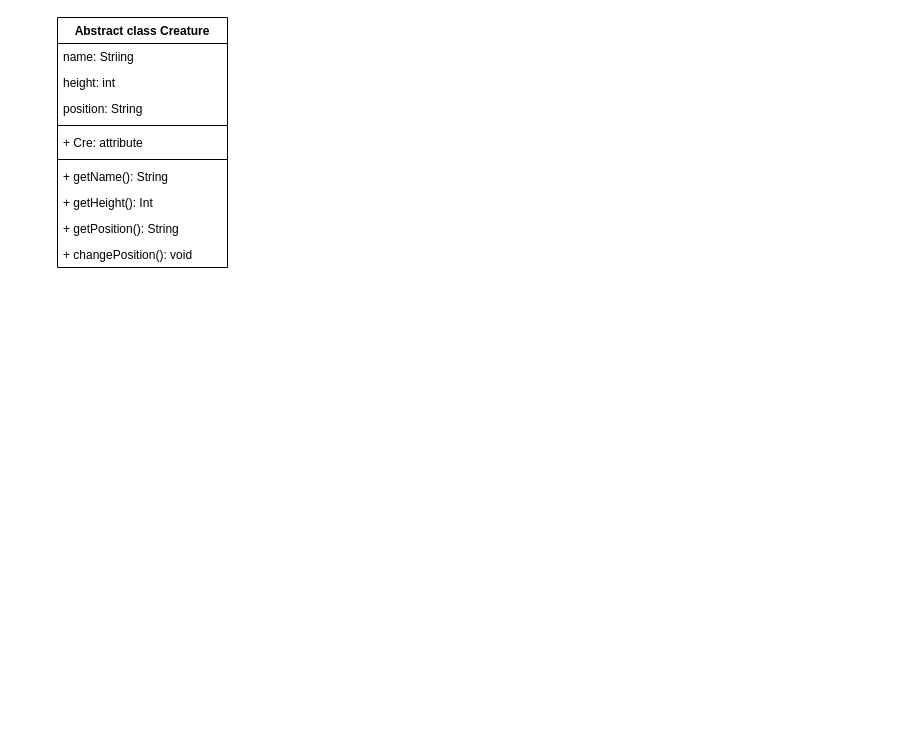
Earlier version of the draw.io diagram Диаграмма без названия.drawio (hipeoplea/lab_3). Source tidied: cells renumbered, new cells numbered last; positions are measured from the earlier drawing's top-left corner, leaving out a move shared by most shapes. Both pictures are drawn from the tidied source at 100%, with x=0, y=0 at pixel (57, 17).
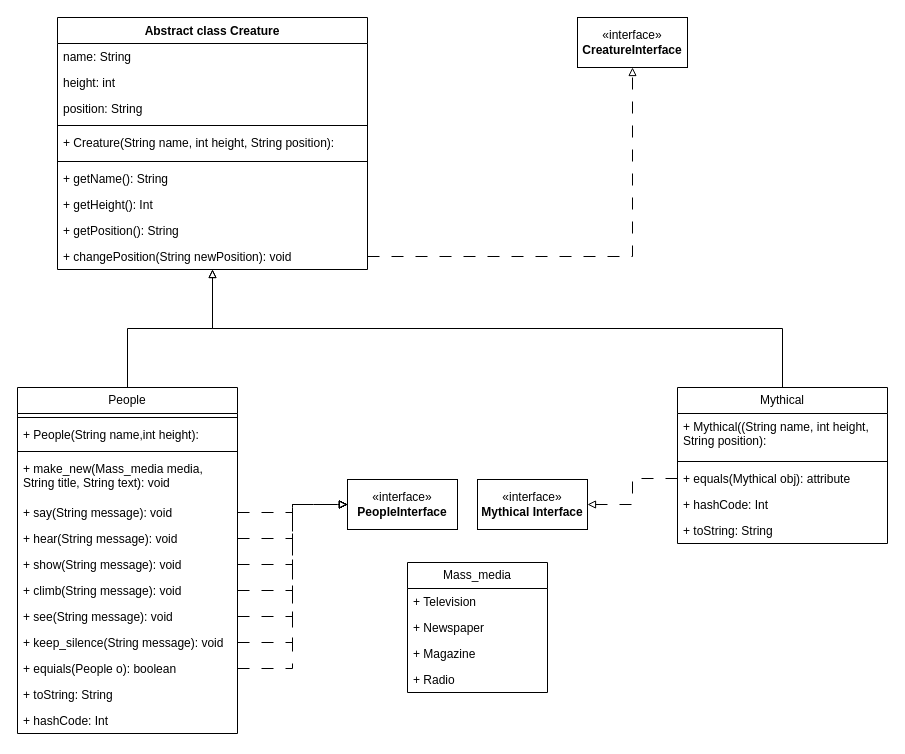
The same diagram, later.

Diff of the diagram source:
```diff
@@
     <mxCell id="2" value="Abstract class Creature" style="swimlane;fontStyle=1;align=center;verticalAlign=top;horizontal=1;startSize=26;whiteSpace=wrap;html=1;" parent="1" vertex="1">
-      <mxGeometry width="170" height="250" as="geometry" />
+      <mxGeometry width="310" height="252" as="geometry" />
     </mxCell>
-    <mxCell id="3" value="name: Striing" style="text;strokeColor=none;fillColor=none;align=left;verticalAlign=top;spacingLeft=4;spacingRight=4;overflow=hidden;whiteSpace=wrap;html=1;" parent="2" vertex="1">
-      <mxGeometry y="26" width="170" height="26" as="geometry" />
+    <mxCell id="3" value="name: String" style="text;strokeColor=none;fillColor=none;align=left;verticalAlign=top;spacingLeft=4;spacingRight=4;overflow=hidden;whiteSpace=wrap;html=1;" parent="2" vertex="1">
+      <mxGeometry y="26" width="310" height="26" as="geometry" />
     </mxCell>
     <mxCell id="4" value="height: int" style="text;strokeColor=none;fillColor=none;align=left;verticalAlign=top;spacingLeft=4;spacingRight=4;overflow=hidden;whiteSpace=wrap;html=1;" parent="2" vertex="1">
-      <mxGeometry y="52" width="170" height="26" as="geometry" />
+      <mxGeometry y="52" width="310" height="26" as="geometry" />
     </mxCell>
     <mxCell id="5" value="position: String" style="text;strokeColor=none;fillColor=none;align=left;verticalAlign=top;spacingLeft=4;spacingRight=4;overflow=hidden;whiteSpace=wrap;html=1;" parent="2" vertex="1">
-      <mxGeometry y="78" width="170" height="26" as="geometry" />
+      <mxGeometry y="78" width="310" height="26" as="geometry" />
     </mxCell>
     <mxCell id="6" style="line;strokeWidth=1;fillColor=none;align=left;verticalAlign=middle;spacingTop=-1;spacingLeft=3;spacingRight=3;labelPosition=right;strokeColor=inherit;" parent="2" vertex="1">
-      <mxGeometry y="104" width="170" height="8" as="geometry" />
+      <mxGeometry y="104" width="310" height="8" as="geometry" />
     </mxCell>
-    <mxCell id="7" value="+ Cre: attribute" style="text;strokeColor=none;fillColor=none;align=left;verticalAlign=top;spacingLeft=4;spacingRight=4;overflow=hidden;whiteSpace=wrap;html=1;" parent="2" vertex="1">
-      <mxGeometry y="112" width="170" height="26" as="geometry" />
+    <mxCell id="7" value="+ Creature(String name, int height, String position):" style="text;strokeColor=none;fillColor=none;align=left;verticalAlign=top;spacingLeft=4;spacingRight=4;overflow=hidden;whiteSpace=wrap;html=1;" parent="2" vertex="1">
+      <mxGeometry y="112" width="310" height="28" as="geometry" />
     </mxCell>
     <mxCell id="8" style="line;strokeWidth=1;fillColor=none;align=left;verticalAlign=middle;spacingTop=-1;spacingLeft=3;spacingRight=3;labelPosition=right;strokeColor=inherit;" parent="2" vertex="1">
-      <mxGeometry y="138" width="170" height="8" as="geometry" />
+      <mxGeometry y="140" width="310" height="8" as="geometry" />
     </mxCell>
     <mxCell id="9" value="+ getName(): String" style="text;strokeColor=none;fillColor=none;align=left;verticalAlign=top;spacingLeft=4;spacingRight=4;overflow=hidden;whiteSpace=wrap;html=1;" parent="2" vertex="1">
-      <mxGeometry y="146" width="170" height="26" as="geometry" />
+      <mxGeometry y="148" width="310" height="26" as="geometry" />
     </mxCell>
     <mxCell id="10" value="+ getHeight(): Int" style="text;strokeColor=none;fillColor=none;align=left;verticalAlign=top;spacingLeft=4;spacingRight=4;overflow=hidden;whiteSpace=wrap;html=1;" parent="2" vertex="1">
-      <mxGeometry y="172" width="170" height="26" as="geometry" />
+      <mxGeometry y="174" width="310" height="26" as="geometry" />
     </mxCell>
     <mxCell id="11" value="+ getPosition(): String" style="text;strokeColor=none;fillColor=none;align=left;verticalAlign=top;spacingLeft=4;spacingRight=4;overflow=hidden;whiteSpace=wrap;html=1;" parent="2" vertex="1">
-      <mxGeometry y="198" width="170" height="26" as="geometry" />
+      <mxGeometry y="200" width="310" height="26" as="geometry" />
     </mxCell>
-    <mxCell id="12" value="+ changePosition(): void" style="text;strokeColor=none;fillColor=none;align=left;verticalAlign=top;spacingLeft=4;spacingRight=4;overflow=hidden;points=[[0,0.5],[1,0.5]];portConstraint=eastwest;whiteSpace=wrap;html=1;" parent="2" vertex="1">
-      <mxGeometry y="224" width="170" height="26" as="geometry" />
+    <mxCell id="12" value="+ changePosition(String newPosition): void" style="text;strokeColor=none;fillColor=none;align=left;verticalAlign=top;spacingLeft=4;spacingRight=4;overflow=hidden;points=[[0,0.5],[1,0.5]];portConstraint=eastwest;whiteSpace=wrap;html=1;" parent="2" vertex="1">
+      <mxGeometry y="226" width="310" height="26" as="geometry" />
     </mxCell>
+    <mxCell id="13" style="edgeStyle=orthogonalEdgeStyle;rounded=0;jettySize=auto;html=1;exitX=0.5;exitY=0;exitDx=0;exitDy=0;endArrow=block;endFill=0;" parent="1" edge="1" source="14" target="2">
+      <mxGeometry relative="1" as="geometry" />
+    </mxCell>
+    <mxCell id="14" value="People" style="swimlane;fontStyle=0;horizontal=1;startSize=26;fillColor=none;whiteSpace=wrap;html=1;" parent="1" vertex="1">
+      <mxGeometry x="-40" y="370" width="220" height="346" as="geometry" />
+    </mxCell>
+    <mxCell id="15" style="line;strokeWidth=1;fillColor=none;align=left;verticalAlign=middle;spacingTop=-1;spacingLeft=3;spacingRight=3;labelPosition=right;strokeColor=inherit;" parent="14" vertex="1">
+      <mxGeometry y="26" width="220" height="8" as="geometry" />
+    </mxCell>
+    <mxCell id="16" value="+ People(String name,int height):" style="text;strokeColor=none;fillColor=none;align=left;verticalAlign=top;spacingLeft=4;spacingRight=4;overflow=hidden;whiteSpace=wrap;html=1;" parent="14" vertex="1">
+      <mxGeometry y="34" width="220" height="26" as="geometry" />
+    </mxCell>
+    <mxCell id="17" style="line;strokeWidth=1;fillColor=none;align=left;verticalAlign=middle;spacingTop=-1;spacingLeft=3;spacingRight=3;labelPosition=right;strokeColor=inherit;" parent="14" vertex="1">
+      <mxGeometry y="60" width="220" height="8" as="geometry" />
+    </mxCell>
+    <mxCell id="18" value="+ make_new(Mass_media media, String title, String text): void" style="text;strokeColor=none;fillColor=none;align=left;verticalAlign=top;spacingLeft=4;spacingRight=4;overflow=hidden;whiteSpace=wrap;html=1;" parent="14" vertex="1">
+      <mxGeometry y="68" width="220" height="44" as="geometry" />
+    </mxCell>
+    <mxCell id="19" value="+ say(String message): void" style="text;strokeColor=none;fillColor=none;align=left;verticalAlign=top;spacingLeft=4;spacingRight=4;overflow=hidden;points=[[0,0.5],[1,0.5]];portConstraint=eastwest;whiteSpace=wrap;html=1;" parent="14" vertex="1">
+      <mxGeometry y="112" width="220" height="26" as="geometry" />
+    </mxCell>
+    <mxCell id="20" value="+&amp;nbsp;hear(String message): void" style="text;strokeColor=none;fillColor=none;align=left;verticalAlign=top;spacingLeft=4;spacingRight=4;overflow=hidden;points=[[0,0.5],[1,0.5]];portConstraint=eastwest;whiteSpace=wrap;html=1;" parent="14" vertex="1">
+      <mxGeometry y="138" width="220" height="26" as="geometry" />
+    </mxCell>
+    <mxCell id="21" value="+ show(String message): void" style="text;strokeColor=none;fillColor=none;align=left;verticalAlign=top;spacingLeft=4;spacingRight=4;overflow=hidden;points=[[0,0.5],[1,0.5]];portConstraint=eastwest;whiteSpace=wrap;html=1;" parent="14" vertex="1">
+      <mxGeometry y="164" width="220" height="26" as="geometry" />
+    </mxCell>
+    <mxCell id="22" value="+ climb(String message): void" style="text;strokeColor=none;fillColor=none;align=left;verticalAlign=top;spacingLeft=4;spacingRight=4;overflow=hidden;points=[[0,0.5],[1,0.5]];portConstraint=eastwest;whiteSpace=wrap;html=1;" parent="14" vertex="1">
+      <mxGeometry y="190" width="220" height="26" as="geometry" />
+    </mxCell>
+    <mxCell id="23" value="+ see(String message): void" style="text;strokeColor=none;fillColor=none;align=left;verticalAlign=top;spacingLeft=4;spacingRight=4;overflow=hidden;points=[[0,0.5],[1,0.5]];portConstraint=eastwest;whiteSpace=wrap;html=1;" parent="14" vertex="1">
+      <mxGeometry y="216" width="220" height="26" as="geometry" />
+    </mxCell>
+    <mxCell id="24" value="+ keep_silence(String message): void" style="text;strokeColor=none;fillColor=none;align=left;verticalAlign=top;spacingLeft=4;spacingRight=4;overflow=hidden;points=[[0,0.5],[1,0.5]];portConstraint=eastwest;whiteSpace=wrap;html=1;" parent="14" vertex="1">
+      <mxGeometry y="242" width="220" height="26" as="geometry" />
+    </mxCell>
+    <mxCell id="25" value="+ equials(People o): boolean" style="text;strokeColor=none;fillColor=none;align=left;verticalAlign=top;spacingLeft=4;spacingRight=4;overflow=hidden;points=[[0,0.5],[1,0.5]];portConstraint=eastwest;whiteSpace=wrap;html=1;" parent="14" vertex="1">
+      <mxGeometry y="268" width="220" height="26" as="geometry" />
+    </mxCell>
+    <mxCell id="26" value="+ toString: String" style="text;strokeColor=none;fillColor=none;align=left;verticalAlign=top;spacingLeft=4;spacingRight=4;overflow=hidden;whiteSpace=wrap;html=1;" parent="14" vertex="1">
+      <mxGeometry y="294" width="220" height="26" as="geometry" />
+    </mxCell>
+    <mxCell id="27" value="+ hashCode: Int" style="text;strokeColor=none;fillColor=none;align=left;verticalAlign=top;spacingLeft=4;spacingRight=4;overflow=hidden;whiteSpace=wrap;html=1;" parent="14" vertex="1">
+      <mxGeometry y="320" width="220" height="26" as="geometry" />
+    </mxCell>
+    <mxCell id="28" style="edgeStyle=orthogonalEdgeStyle;rounded=0;jettySize=auto;html=1;exitX=0.5;exitY=0;exitDx=0;exitDy=0;endArrow=block;endFill=0;" parent="1" edge="1" source="29" target="2">
+      <mxGeometry relative="1" as="geometry" />
+    </mxCell>
+    <mxCell id="29" value="Mythical" style="swimlane;fontStyle=0;horizontal=1;startSize=26;fillColor=none;whiteSpace=wrap;html=1;" parent="1" vertex="1">
+      <mxGeometry x="620" y="370" width="210" height="156" as="geometry" />
+    </mxCell>
+    <mxCell id="30" value="+ Mythical((String name, int height, String position):" style="text;strokeColor=none;fillColor=none;align=left;verticalAlign=top;spacingLeft=4;spacingRight=4;overflow=hidden;whiteSpace=wrap;html=1;" parent="29" vertex="1">
+      <mxGeometry y="26" width="210" height="44" as="geometry" />
+    </mxCell>
+    <mxCell id="31" style="line;strokeWidth=1;fillColor=none;align=left;verticalAlign=middle;spacingTop=-1;spacingLeft=3;spacingRight=3;labelPosition=right;strokeColor=inherit;" parent="29" vertex="1">
+      <mxGeometry y="70" width="210" height="8" as="geometry" />
+    </mxCell>
+    <mxCell id="32" value="+ equals(Mythical obj): attribute" style="text;strokeColor=none;fillColor=none;align=left;verticalAlign=top;spacingLeft=4;spacingRight=4;overflow=hidden;points=[[0,0.5],[1,0.5]];portConstraint=eastwest;whiteSpace=wrap;html=1;" parent="29" vertex="1">
+      <mxGeometry y="78" width="210" height="26" as="geometry" />
+    </mxCell>
+    <mxCell id="33" value="+ hashCode: Int" style="text;strokeColor=none;fillColor=none;align=left;verticalAlign=top;spacingLeft=4;spacingRight=4;overflow=hidden;whiteSpace=wrap;html=1;" parent="29" vertex="1">
+      <mxGeometry y="104" width="210" height="26" as="geometry" />
+    </mxCell>
+    <mxCell id="34" value="+ toString: String" style="text;strokeColor=none;fillColor=none;align=left;verticalAlign=top;spacingLeft=4;spacingRight=4;overflow=hidden;whiteSpace=wrap;html=1;" parent="29" vertex="1">
+      <mxGeometry y="130" width="210" height="26" as="geometry" />
+    </mxCell>
+    <mxCell id="35" value="«interface»&lt;br&gt;&lt;b&gt;CreatureInterface&lt;br&gt;&lt;/b&gt;" style="html=1;whiteSpace=wrap;" parent="1" vertex="1">
+      <mxGeometry x="520" width="110" height="50" as="geometry" />
+    </mxCell>
+    <mxCell id="36" style="edgeStyle=orthogonalEdgeStyle;rounded=0;jettySize=auto;html=1;entryX=0.5;entryY=1;entryDx=0;entryDy=0;endArrow=block;endFill=0;dashed=1;dashPattern=12 12;" parent="1" edge="1" source="12" target="35">
+      <mxGeometry relative="1" as="geometry" />
+    </mxCell>
+    <mxCell id="37" value="«interface»&lt;br&gt;&lt;b&gt;PeopleInterface&lt;/b&gt;" style="html=1;whiteSpace=wrap;" parent="1" vertex="1">
+      <mxGeometry x="290" y="462" width="110" height="50" as="geometry" />
+    </mxCell>
+    <mxCell id="38" value="«interface»&lt;br&gt;&lt;b&gt;Mythical Interface&lt;/b&gt;" style="html=1;whiteSpace=wrap;" parent="1" vertex="1">
+      <mxGeometry x="420" y="462" width="110" height="50" as="geometry" />
+    </mxCell>
+    <mxCell id="39" value="Mass_media" style="swimlane;fontStyle=0;horizontal=1;startSize=26;fillColor=none;whiteSpace=wrap;html=1;" parent="1" vertex="1">
+      <mxGeometry x="350" y="545" width="140" height="130" as="geometry" />
+    </mxCell>
+    <mxCell id="40" value="+&amp;nbsp;Television" style="text;strokeColor=none;fillColor=none;align=left;verticalAlign=top;spacingLeft=4;spacingRight=4;overflow=hidden;whiteSpace=wrap;html=1;" parent="39" vertex="1">
+      <mxGeometry y="26" width="140" height="26" as="geometry" />
+    </mxCell>
+    <mxCell id="41" value="+&amp;nbsp;Newspaper" style="text;strokeColor=none;fillColor=none;align=left;verticalAlign=top;spacingLeft=4;spacingRight=4;overflow=hidden;whiteSpace=wrap;html=1;" parent="39" vertex="1">
+      <mxGeometry y="52" width="140" height="26" as="geometry" />
+    </mxCell>
+    <mxCell id="42" value="+&amp;nbsp;Magazine" style="text;strokeColor=none;fillColor=none;align=left;verticalAlign=top;spacingLeft=4;spacingRight=4;overflow=hidden;whiteSpace=wrap;html=1;" parent="39" vertex="1">
+      <mxGeometry y="78" width="140" height="26" as="geometry" />
+    </mxCell>
+    <mxCell id="43" value="+&amp;nbsp;Radio" style="text;strokeColor=none;fillColor=none;align=left;verticalAlign=top;spacingLeft=4;spacingRight=4;overflow=hidden;whiteSpace=wrap;html=1;" parent="39" vertex="1">
+      <mxGeometry y="104" width="140" height="26" as="geometry" />
+    </mxCell>
+    <mxCell id="44" style="edgeStyle=orthogonalEdgeStyle;rounded=0;jettySize=auto;html=1;entryX=0;entryY=0.5;entryDx=0;entryDy=0;dashed=1;endArrow=block;endFill=0;dashPattern=12 12;" parent="1" edge="1" source="19" target="37">
+      <mxGeometry relative="1" as="geometry" />
+    </mxCell>
+    <mxCell id="45" style="edgeStyle=orthogonalEdgeStyle;rounded=0;jettySize=auto;html=1;exitX=1;exitY=0.5;exitDx=0;exitDy=0;entryX=0;entryY=0.5;entryDx=0;entryDy=0;dashed=1;endArrow=block;endFill=0;dashPattern=12 12;" parent="1" edge="1" source="20" target="37">
+      <mxGeometry relative="1" as="geometry" />
+    </mxCell>
+    <mxCell id="46" style="edgeStyle=orthogonalEdgeStyle;rounded=0;jettySize=auto;html=1;exitX=1;exitY=0.5;exitDx=0;exitDy=0;entryX=0;entryY=0.5;entryDx=0;entryDy=0;dashed=1;endArrow=block;endFill=0;dashPattern=12 12;" parent="1" edge="1" source="21" target="37">
+      <mxGeometry relative="1" as="geometry" />
+    </mxCell>
+    <mxCell id="47" style="edgeStyle=orthogonalEdgeStyle;rounded=0;jettySize=auto;html=1;entryX=0;entryY=0.5;entryDx=0;entryDy=0;dashed=1;endArrow=block;endFill=0;dashPattern=12 12;" parent="1" edge="1" source="22" target="37">
+      <mxGeometry relative="1" as="geometry" />
+    </mxCell>
+    <mxCell id="48" style="edgeStyle=orthogonalEdgeStyle;rounded=0;jettySize=auto;html=1;entryX=0;entryY=0.5;entryDx=0;entryDy=0;dashed=1;endArrow=block;endFill=0;dashPattern=12 12;" parent="1" edge="1" source="23" target="37">
+      <mxGeometry relative="1" as="geometry" />
+    </mxCell>
+    <mxCell id="49" style="edgeStyle=orthogonalEdgeStyle;rounded=0;jettySize=auto;html=1;entryX=0;entryY=0.5;entryDx=0;entryDy=0;dashed=1;endArrow=block;endFill=0;dashPattern=12 12;" parent="1" edge="1" source="24" target="37">
+      <mxGeometry relative="1" as="geometry" />
+    </mxCell>
+    <mxCell id="50" style="edgeStyle=orthogonalEdgeStyle;rounded=0;jettySize=auto;html=1;entryX=0;entryY=0.5;entryDx=0;entryDy=0;dashed=1;endArrow=block;endFill=0;dashPattern=12 12;" parent="1" edge="1" source="25" target="37">
+      <mxGeometry relative="1" as="geometry" />
+    </mxCell>
+    <mxCell id="51" style="edgeStyle=orthogonalEdgeStyle;rounded=0;jettySize=auto;html=1;entryX=1;entryY=0.5;entryDx=0;entryDy=0;dashed=1;dashPattern=12 12;endArrow=block;endFill=0;" parent="1" edge="1" source="32" target="38">
+      <mxGeometry relative="1" as="geometry" />
+    </mxCell>
```
